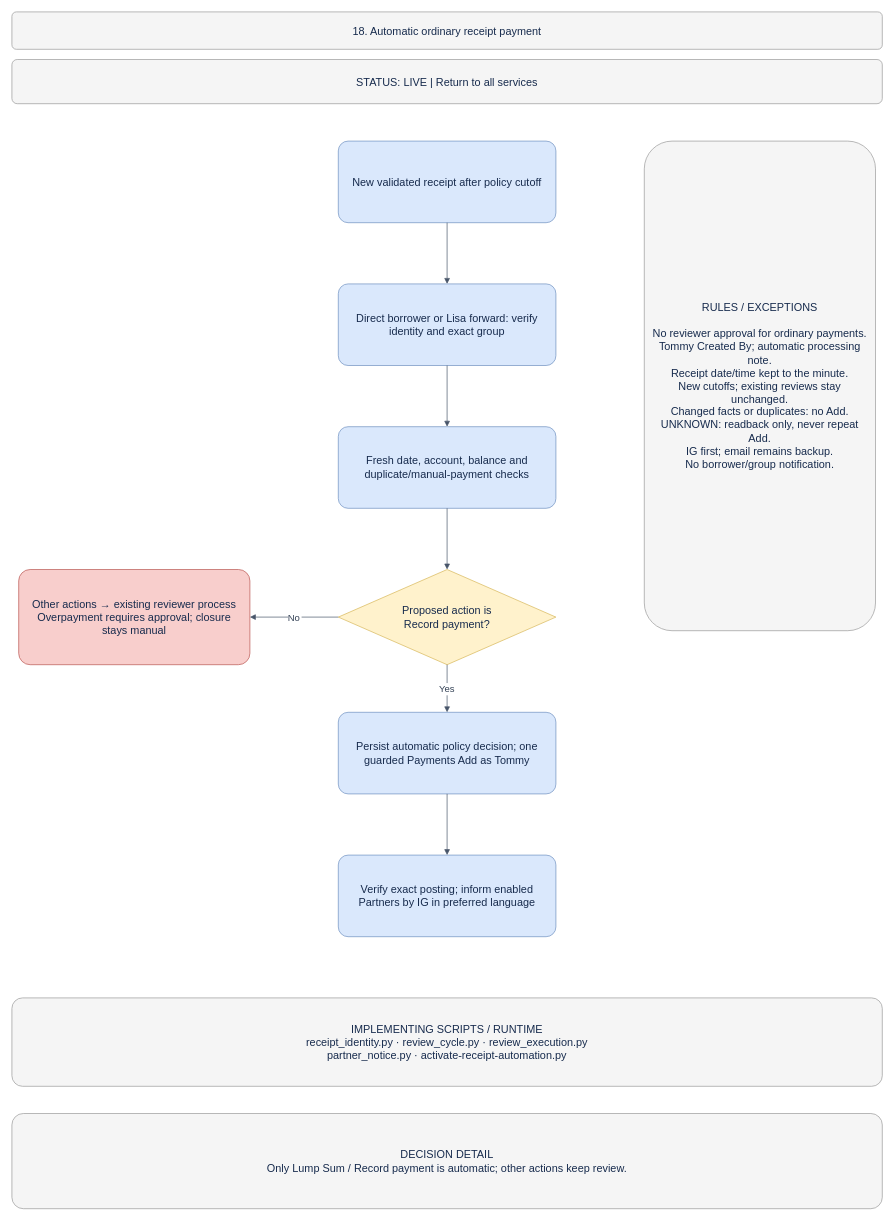
Above: page "18 · Automatic receipt payment" (18 of 18) of docs/BUSINESS_PROCESS.drawio in welct0407/MW-Credit-App (draw.io), before the change. Source tidied: cells renumbered, new cells numbered last; positions are measured from the earlier drawing's top-left corner, leaving out a move shared by most shapes. Both pictures are drawn from the tidied source at 68%, with x=0, y=0 at pixel (12, 12).
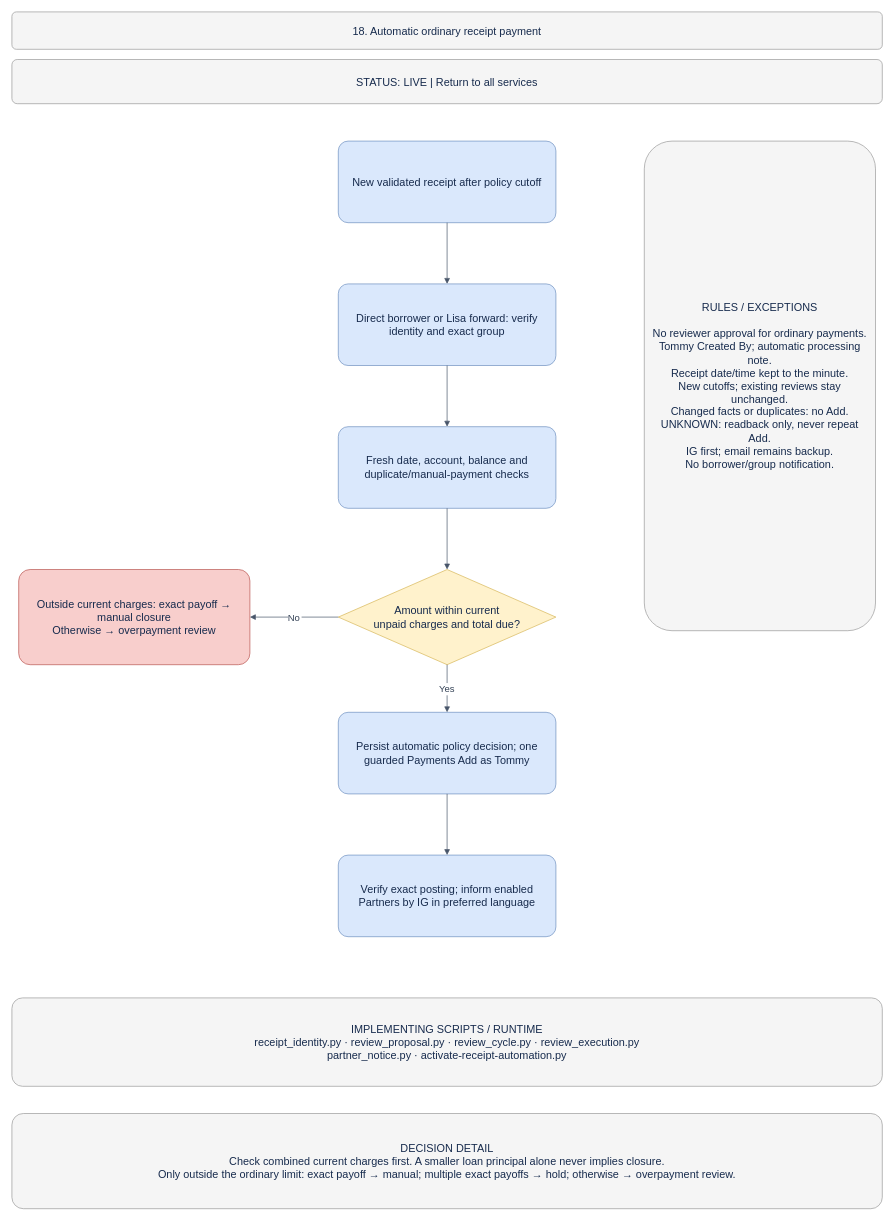
The same diagram, later.

Commit message (it also covers changes not shown here):
Fix ordinary receipt classification before loan payoff review

What changed in the source:
```diff
@@
 <mxGraphModel>
   <root>
     <mxCell id="0" />
     <mxCell id="1" parent="0" />
     <mxCell id="2" value="18. Automatic ordinary receipt payment" style="rounded=1;arcSize=12;whiteSpace=wrap;html=0;fillColor=#f5f5f5;strokeColor=#999999;fontColor=#172b4d;fontSize=16;align=center;verticalAlign=middle;spacing=12;" parent="1" vertex="1">
       <mxGeometry width="1280" height="55" as="geometry" />
     </mxCell>
     <mxCell id="3" value="STATUS: LIVE  |  Return to all services" style="rounded=1;arcSize=12;whiteSpace=wrap;html=0;fillColor=#f5f5f5;strokeColor=#999999;fontColor=#172b4d;fontSize=16;align=center;verticalAlign=middle;spacing=12;" parent="1" vertex="1">
       <mxGeometry y="70" width="1280" height="65" as="geometry" />
     </mxCell>
     <mxCell id="4" value="New validated receipt after policy cutoff" style="rounded=1;arcSize=12;whiteSpace=wrap;html=0;fillColor=#dae8fc;strokeColor=#6c8ebf;fontColor=#172b4d;fontSize=16;align=center;verticalAlign=middle;spacing=12;" parent="1" vertex="1">
       <mxGeometry x="480" y="190" width="320" height="120" as="geometry" />
     </mxCell>
     <mxCell id="5" value="Direct borrower or Lisa forward: verify identity and exact group" style="rounded=1;arcSize=12;whiteSpace=wrap;html=0;fillColor=#dae8fc;strokeColor=#6c8ebf;fontColor=#172b4d;fontSize=16;align=center;verticalAlign=middle;spacing=12;" parent="1" vertex="1">
       <mxGeometry x="480" y="400" width="320" height="120" as="geometry" />
     </mxCell>
     <mxCell id="6" style="edgeStyle=orthogonalEdgeStyle;rounded=0;jettySize=auto;html=0;endArrow=block;endFill=1;strokeColor=#475569;fontColor=#334155;fontSize=14;labelBackgroundColor=#ffffff;" parent="1" edge="1" source="4" target="5">
       <mxGeometry relative="1" as="geometry" />
     </mxCell>
     <mxCell id="7" value="Fresh date, account, balance and duplicate/manual-payment checks" style="rounded=1;arcSize=12;whiteSpace=wrap;html=0;fillColor=#dae8fc;strokeColor=#6c8ebf;fontColor=#172b4d;fontSize=16;align=center;verticalAlign=middle;spacing=12;" parent="1" vertex="1">
       <mxGeometry x="480" y="610" width="320" height="120" as="geometry" />
     </mxCell>
     <mxCell id="8" style="edgeStyle=orthogonalEdgeStyle;rounded=0;jettySize=auto;html=0;endArrow=block;endFill=1;strokeColor=#475569;fontColor=#334155;fontSize=14;labelBackgroundColor=#ffffff;" parent="1" edge="1" source="5" target="7">
       <mxGeometry relative="1" as="geometry" />
     </mxCell>
-    <mxCell id="9" value="Proposed action is&#10;Record payment?" style="rhombus;whiteSpace=wrap;html=0;fillColor=#fff2cc;strokeColor=#d6b656;fontColor=#172b4d;fontSize=16;align=center;verticalAlign=middle;spacing=12;" parent="1" vertex="1">
+    <mxCell id="9" value="Amount within current&#10;unpaid charges and total due?" style="rhombus;whiteSpace=wrap;html=0;fillColor=#fff2cc;strokeColor=#d6b656;fontColor=#172b4d;fontSize=16;align=center;verticalAlign=middle;spacing=12;" parent="1" vertex="1">
       <mxGeometry x="480" y="820" width="320" height="140" as="geometry" />
     </mxCell>
     <mxCell id="10" style="edgeStyle=orthogonalEdgeStyle;rounded=0;jettySize=auto;html=0;endArrow=block;endFill=1;strokeColor=#475569;fontColor=#334155;fontSize=14;labelBackgroundColor=#ffffff;" parent="1" edge="1" source="7" target="9">
       <mxGeometry relative="1" as="geometry" />
     </mxCell>
     <mxCell id="11" value="Persist automatic policy decision; one guarded Payments Add as Tommy" style="rounded=1;arcSize=12;whiteSpace=wrap;html=0;fillColor=#dae8fc;strokeColor=#6c8ebf;fontColor=#172b4d;fontSize=16;align=center;verticalAlign=middle;spacing=12;" parent="1" vertex="1">
       <mxGeometry x="480" y="1030" width="320" height="120" as="geometry" />
     </mxCell>
     <mxCell id="12" value="Yes" style="edgeStyle=orthogonalEdgeStyle;rounded=0;jettySize=auto;html=0;endArrow=block;endFill=1;strokeColor=#475569;fontColor=#334155;fontSize=14;labelBackgroundColor=#ffffff;" parent="1" edge="1" source="9" target="11">
       <mxGeometry relative="1" as="geometry" />
     </mxCell>
     <mxCell id="13" value="Verify exact posting; inform enabled Partners by IG in preferred language" style="rounded=1;arcSize=12;whiteSpace=wrap;html=0;fillColor=#dae8fc;strokeColor=#6c8ebf;fontColor=#172b4d;fontSize=16;align=center;verticalAlign=middle;spacing=12;" parent="1" vertex="1">
       <mxGeometry x="480" y="1240" width="320" height="120" as="geometry" />
     </mxCell>
     <mxCell id="14" style="edgeStyle=orthogonalEdgeStyle;rounded=0;jettySize=auto;html=0;endArrow=block;endFill=1;strokeColor=#475569;fontColor=#334155;fontSize=14;labelBackgroundColor=#ffffff;" parent="1" edge="1" source="11" target="13">
       <mxGeometry relative="1" as="geometry" />
     </mxCell>
-    <mxCell id="15" value="Other actions → existing reviewer process&#10;Overpayment requires approval; closure stays manual" style="rounded=1;arcSize=12;whiteSpace=wrap;html=0;fillColor=#f8cecc;strokeColor=#b85450;fontColor=#172b4d;fontSize=16;align=center;verticalAlign=middle;spacing=12;" parent="1" vertex="1">
+    <mxCell id="15" value="Outside current charges: exact payoff → manual closure&#10;Otherwise → overpayment review" style="rounded=1;arcSize=12;whiteSpace=wrap;html=0;fillColor=#f8cecc;strokeColor=#b85450;fontColor=#172b4d;fontSize=16;align=center;verticalAlign=middle;spacing=12;" parent="1" vertex="1">
       <mxGeometry x="10" y="820" width="340" height="140" as="geometry" />
     </mxCell>
     <mxCell id="16" value="No" style="edgeStyle=orthogonalEdgeStyle;rounded=0;jettySize=auto;html=0;endArrow=block;endFill=1;strokeColor=#475569;fontColor=#334155;fontSize=14;labelBackgroundColor=#ffffff;" parent="1" edge="1" source="9" target="15">
       <mxGeometry relative="1" as="geometry" />
     </mxCell>
     <mxCell id="17" value="RULES / EXCEPTIONS&#10;&#10;No reviewer approval for ordinary payments.&#10;Tommy Created By; automatic processing note.&#10;Receipt date/time kept to the minute.&#10;New cutoffs; existing reviews stay unchanged.&#10;Changed facts or duplicates: no Add.&#10;UNKNOWN: readback only, never repeat Add.&#10;IG first; email remains backup.&#10;No borrower/group notification." style="rounded=1;arcSize=12;whiteSpace=wrap;html=0;fillColor=#f5f5f5;strokeColor=#999999;fontColor=#172b4d;fontSize=16;align=center;verticalAlign=middle;spacing=12;" parent="1" vertex="1">
       <mxGeometry x="930" y="190" width="340" height="720" as="geometry" />
     </mxCell>
-    <mxCell id="18" value="IMPLEMENTING SCRIPTS / RUNTIME&#10;receipt_identity.py · review_cycle.py · review_execution.py&#10;partner_notice.py · activate-receipt-automation.py" style="rounded=1;arcSize=12;whiteSpace=wrap;html=0;fillColor=#f5f5f5;strokeColor=#999999;fontColor=#172b4d;fontSize=16;align=center;verticalAlign=middle;spacing=12;" parent="1" vertex="1">
+    <mxCell id="18" value="IMPLEMENTING SCRIPTS / RUNTIME&#10;receipt_identity.py · review_proposal.py · review_cycle.py · review_execution.py&#10;partner_notice.py · activate-receipt-automation.py" style="rounded=1;arcSize=12;whiteSpace=wrap;html=0;fillColor=#f5f5f5;strokeColor=#999999;fontColor=#172b4d;fontSize=16;align=center;verticalAlign=middle;spacing=12;" parent="1" vertex="1">
       <mxGeometry y="1450" width="1280" height="130" as="geometry" />
     </mxCell>
-    <mxCell id="19" value="DECISION DETAIL&#10;Only Lump Sum / Record payment is automatic; other actions keep review." style="rounded=1;arcSize=12;whiteSpace=wrap;html=0;fillColor=#f5f5f5;strokeColor=#999999;fontColor=#172b4d;fontSize=16;align=center;verticalAlign=middle;spacing=12;" parent="1" vertex="1">
+    <mxCell id="19" value="DECISION DETAIL&#10;Check combined current charges first. A smaller loan principal alone never implies closure.&#10;Only outside the ordinary limit: exact payoff → manual; multiple exact payoffs → hold; otherwise → overpayment review." style="rounded=1;arcSize=12;whiteSpace=wrap;html=0;fillColor=#f5f5f5;strokeColor=#999999;fontColor=#172b4d;fontSize=16;align=center;verticalAlign=middle;spacing=12;" parent="1" vertex="1">
       <mxGeometry y="1620" width="1280" height="140" as="geometry" />
     </mxCell>
   </root>
 </mxGraphModel>
```
